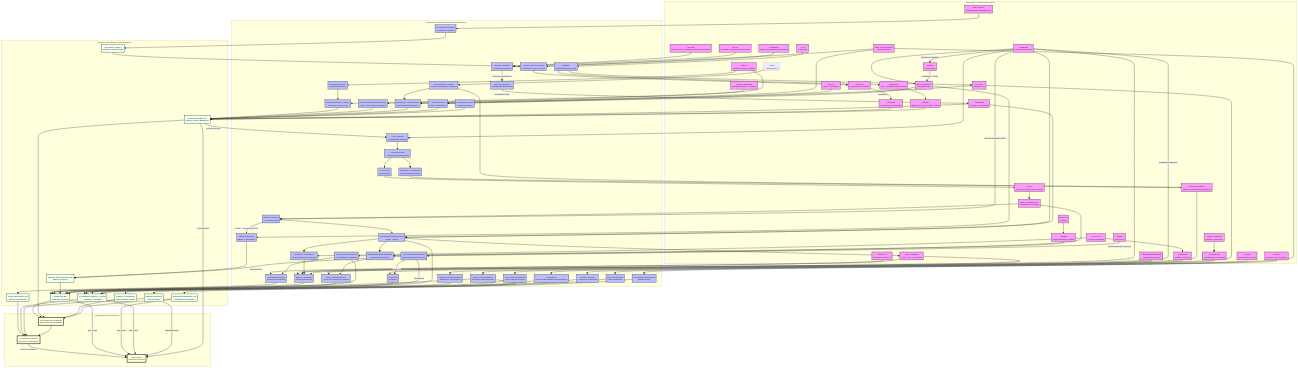
Before: docs/figures/scoliosis_mechanism_map.png, a diagram exported from Mermaid (sayuj1989-ops/life). Its source is kept beside it as docs/figures/scoliosis_mechanism_map.mmd.
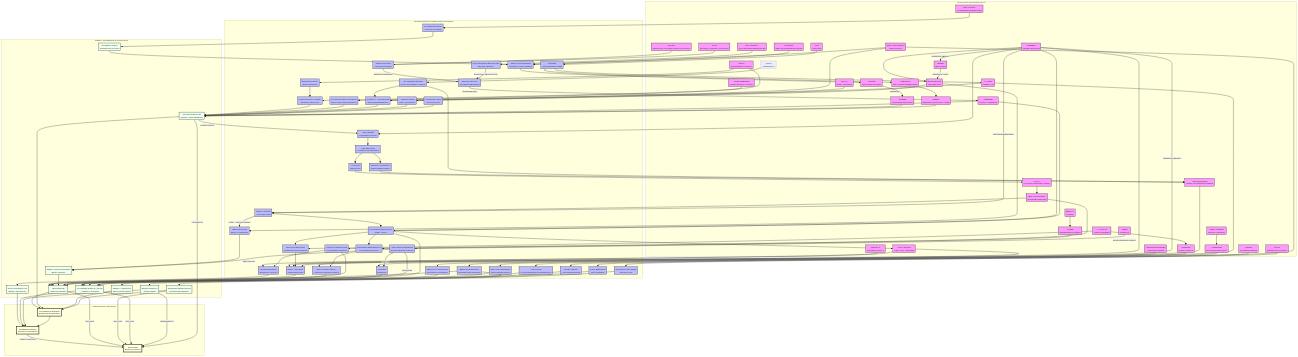
The same diagram one commit later.

Commit message:
weekly-map: add PPARGC1A energy deficit arc (#1115)

Diff of the diagram source:
```diff
@@ -34,6 +34,7 @@
         SOST[SOST<br/>Sclerostin]
         FBN1[FBN1<br/>Fibrillin-1]
         CCN[CCN1/2<br/>Matrix Protein]
+        PPARGC1A[PPARGC1A<br/>Mitochondrial Biogenesis]
     end
 
     subgraph Processes [Cellular & Developmental Processes]
@@ -68,6 +69,7 @@
         C_Mannosylation[C-Mannosylation<br/>Protein Folding]
         Rapid_Growth[Rapid Growth<br/>Adolescent Spurt]
         Energy_Deficit[Energy Deficit<br/>Metabolic Buckling]
+        mtBiogenesis[Mitochondrial Biogenesis<br/>Energy Supply]
         Fibrosis[Fibrosis<br/>Scarring]
         TGFB[TGF-Beta Signaling<br/>Sequestration Failure]
         Osteocyte_Dendrite[Osteocyte Dendrites<br/>Network Formation]
@@ -232,6 +234,8 @@
     GHR --> Rapid_Growth
     Rapid_Growth -- "Scaling Mismatch" --> Energy_Deficit
     Energy_Deficit -- "Crowding Out" --> PIEZO2
+    PPARGC1A --> mtBiogenesis
+    mtBiogenesis -- "Depletion (Bottleneck)" --> Energy_Deficit
 
     PIEZO1 --> VCL_Stasis
 
@@ -246,7 +250,7 @@
     TGFB -- "Fibrosis" --> Fibrosis
     TGFB -- "Stiffening" --> Stiffness
 
-    class HOX,COL,PIEZO1,PIEZO2,CILIA,LBX1,ADGRG6,PTK7,YAP,PKD2L1,MMP,URP,UTS2R,GFAP,VIM,LAMIN,BMAL1,RUNX3,METTL3,ESR1,MELATONIN,MT2,HIF1A,POC5,DSTYK,TFEB,Beta_Catenin,DPY19L1L,IGF1R,GHR,SOST,FBN1,CCN gene;
-    class Region,ECM_Assembly,Mech_Trans,Sym_Break,Neur_Diff,Muscle_Diff,Disc_Maint,PCP_Sig,Nucl_Shuttle,CSF_Sensing,Degradation,Astrogliosis,mtROS,Adipogenesis,Hydraulic_Congestion,Immune_Infilt,Circadian_Entrain,Proprio_Maint,H3K9me3,VCL_Stasis,Glymphatic_Stasis,Vestibular_Input,Gi_cAMP,Ciliary_Tuning,Hypoxia,Osteogenesis,Ciliary_Splint,Vacuole_Biogenesis,C_Mannosylation,Rapid_Growth,Energy_Deficit,Fibrosis,TGFB,Osteocyte_Dendrite process;
+    class HOX,COL,PIEZO1,PIEZO2,CILIA,LBX1,ADGRG6,PTK7,YAP,PKD2L1,MMP,URP,UTS2R,GFAP,VIM,LAMIN,BMAL1,RUNX3,METTL3,ESR1,MELATONIN,MT2,HIF1A,POC5,DSTYK,TFEB,Beta_Catenin,DPY19L1L,IGF1R,GHR,SOST,FBN1,CCN,PPARGC1A gene;
+    class Region,ECM_Assembly,Mech_Trans,Sym_Break,Neur_Diff,Muscle_Diff,Disc_Maint,PCP_Sig,Nucl_Shuttle,CSF_Sensing,Degradation,Astrogliosis,mtROS,Adipogenesis,Hydraulic_Congestion,Immune_Infilt,Circadian_Entrain,Proprio_Maint,H3K9me3,VCL_Stasis,Glymphatic_Stasis,Vestibular_Input,Gi_cAMP,Ciliary_Tuning,Hypoxia,Osteogenesis,Ciliary_Splint,Vacuole_Biogenesis,C_Mannosylation,Rapid_Growth,Energy_Deficit,mtBiogenesis,Fibrosis,TGFB,Osteocyte_Dendrite process;
     class Rest_Kappa,Stiffness,Torsional_Stiffness,Gain,Torsion,Muscle_Tone,Anisotropy,TMD,Reissner_Fiber tissue;
     class S_Curve,Stability,Scoliosis outcome;
```
